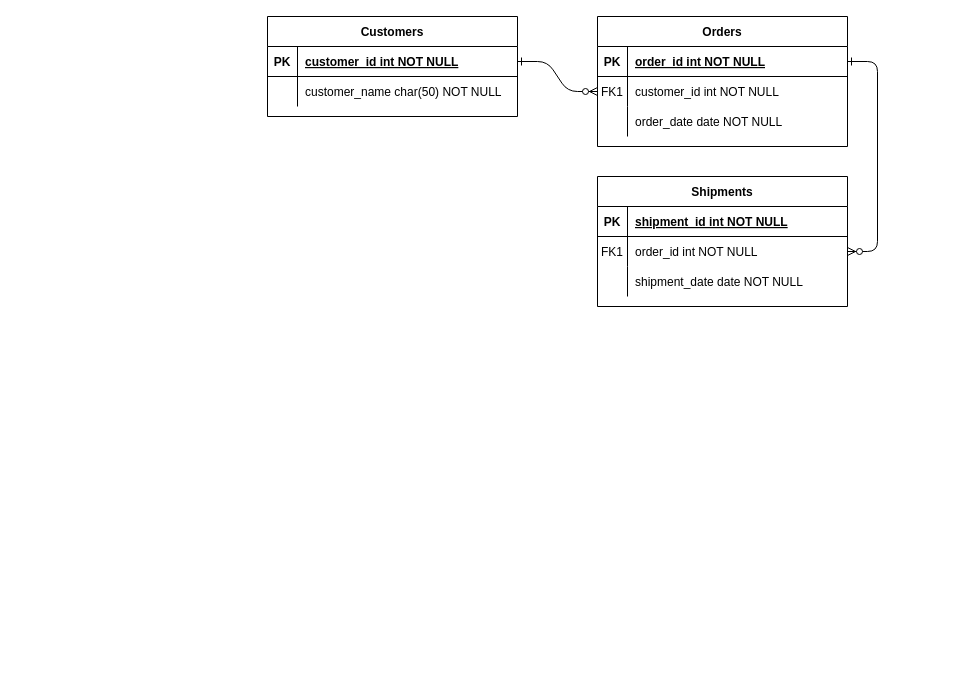
Monersen/SQL keeps this draw.io diagram as Диаграмма без названия.drawio. Above is the earlier version. Source tidied: cells renumbered, new cells numbered last; positions are measured from the earlier drawing's top-left corner, leaving out a move shared by most shapes. Both pictures are drawn from the tidied source at 100%, with x=0, y=0 at pixel (267, 16).
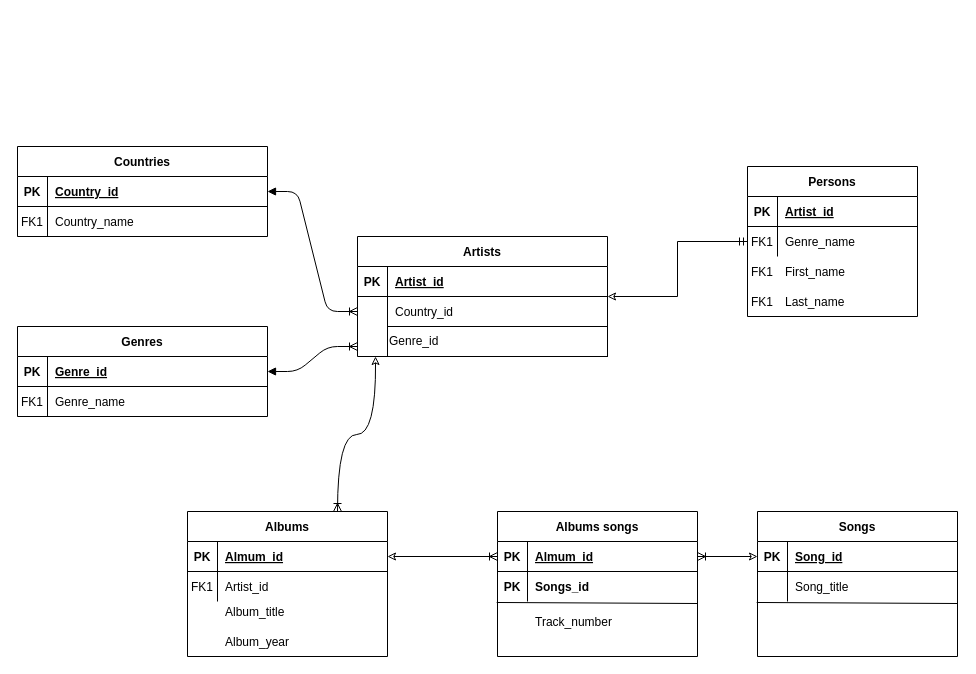
The same page after the edit.

Commit message:
Введение в базы данных. Типы баз данных.

Unchanged cells that the change refers to:
```xml
<mxCell id="5" style="shape=partialRectangle;fillColor=none;points=[[0,0.5],[1,0.5]];portConstraint=eastwest;top=0;left=0;right=0;bottom=1;" parent="4" vertex="1">
  <mxGeometry y="30" width="250" height="30" as="geometry" />
</mxCell>
<mxCell id="8" style="shape=partialRectangle;fillColor=none;points=[[0,0.5],[1,0.5]];portConstraint=eastwest;top=0;left=0;right=0;bottom=0;" parent="4" vertex="1">
  <mxGeometry y="60" width="250" height="30" as="geometry" />
</mxCell>
<mxCell id="25" style="shape=partialRectangle;fillColor=none;points=[[0,0.5],[1,0.5]];portConstraint=eastwest;top=0;left=0;right=0;bottom=1;" parent="24" vertex="1">
  <mxGeometry y="30" width="250" height="30" as="geometry" />
</mxCell>
<mxCell id="28" style="shape=partialRectangle;fillColor=none;points=[[0,0.5],[1,0.5]];portConstraint=eastwest;top=0;left=0;right=0;bottom=0;" parent="24" vertex="1">
  <mxGeometry y="60" width="250" height="30" as="geometry" />
</mxCell>
```

Change to the diagram source:
```diff
@@
-    <mxCell id="2" style="edgeStyle=entityRelationEdgeStyle;endArrow=ERzeroToMany;startArrow=ERone;endFill=1;startFill=0;" parent="1" edge="1" source="25" target="8">
-      <mxGeometry relative="1" as="geometry" />
+    <mxCell id="2" style="edgeStyle=entityRelationEdgeStyle;endArrow=ERoneToMany;startArrow=block;endFill=0;startFill=1;" parent="1" edge="1" source="4">
+      <mxGeometry relative="1" as="geometry">
+        <mxPoint x="90" y="330" as="targetPoint" />
+        <Array as="points">
+          <mxPoint x="130" y="270" />
+        </Array>
+      </mxGeometry>
     </mxCell>
-    <mxCell id="3" style="edgeStyle=entityRelationEdgeStyle;endArrow=ERzeroToMany;startArrow=ERone;endFill=1;startFill=0;" parent="1" edge="1" source="5" target="18">
-      <mxGeometry relative="1" as="geometry" />
-    </mxCell>
-    <mxCell id="4" value="Orders" style="shape=table;startSize=30;childLayout=tableLayout;rowLines=0;fontStyle=1;align=center;" parent="1" vertex="1">
-      <mxGeometry x="330" width="250" height="130" as="geometry" />
+    <mxCell id="4" value="Genres" style="shape=table;startSize=30;childLayout=tableLayout;rowLines=0;fontStyle=1;align=center;" parent="1" vertex="1">
+      <mxGeometry x="-250" y="310" width="250" height="90" as="geometry" />
     </mxCell>
@@
-    <mxCell id="7" value="order_id int NOT NULL " style="shape=partialRectangle;overflow=hidden;fillColor=none;top=0;left=0;bottom=0;right=0;align=left;spacingLeft=6;fontStyle=5;" parent="5" vertex="1">
+    <mxCell id="7" value="Genre_id" style="shape=partialRectangle;overflow=hidden;fillColor=none;top=0;left=0;bottom=0;right=0;align=left;spacingLeft=6;fontStyle=5;" parent="5" vertex="1">
       <mxGeometry x="30" width="220" height="30" as="geometry" />
     </mxCell>
@@
-    <mxCell id="10" value="customer_id int NOT NULL" style="shape=partialRectangle;overflow=hidden;fillColor=none;top=0;left=0;bottom=0;right=0;align=left;spacingLeft=6;" parent="8" vertex="1">
+    <mxCell id="10" value="Genre_name" style="shape=partialRectangle;overflow=hidden;fillColor=none;top=0;left=0;bottom=0;right=0;align=left;spacingLeft=6;" parent="8" vertex="1">
       <mxGeometry x="30" width="220" height="30" as="geometry" />
     </mxCell>
-    <mxCell id="11" style="shape=partialRectangle;fillColor=none;top=0;left=0;right=0;bottom=0;" parent="4" vertex="1">
-      <mxGeometry y="90" width="250" height="30" as="geometry" />
-    </mxCell>
-    <mxCell id="12" style="shape=partialRectangle;overflow=hidden;fillColor=none;top=0;left=0;bottom=0;right=0;" parent="11" vertex="1">
-      <mxGeometry width="30" height="30" as="geometry" />
-    </mxCell>
-    <mxCell id="13" value="order_date date NOT NULL" style="shape=partialRectangle;overflow=hidden;fillColor=none;top=0;left=0;bottom=0;right=0;align=left;spacingLeft=6;" parent="11" vertex="1">
-      <mxGeometry x="30" width="220" height="30" as="geometry" />
-    </mxCell>
-    <mxCell id="14" value="Shipments" style="shape=table;startSize=30;childLayout=tableLayout;rowLines=0;fontStyle=1;align=center;" parent="1" vertex="1">
-      <mxGeometry x="330" y="160" width="250" height="130" as="geometry" />
-    </mxCell>
-    <mxCell id="15" style="shape=partialRectangle;fillColor=none;top=0;left=0;right=0;bottom=1;" parent="14" vertex="1">
-      <mxGeometry y="30" width="250" height="30" as="geometry" />
-    </mxCell>
-    <mxCell id="16" value="PK" style="shape=partialRectangle;overflow=hidden;fillColor=none;top=0;left=0;bottom=0;right=0;fontStyle=1;" parent="15" vertex="1">
-      <mxGeometry width="30" height="30" as="geometry" />
-    </mxCell>
-    <mxCell id="17" value="shipment_id int NOT NULL " style="shape=partialRectangle;overflow=hidden;fillColor=none;top=0;left=0;bottom=0;right=0;align=left;spacingLeft=6;fontStyle=5;" parent="15" vertex="1">
-      <mxGeometry x="30" width="220" height="30" as="geometry" />
-    </mxCell>
-    <mxCell id="18" style="shape=partialRectangle;fillColor=none;points=[[0,0.5],[1,0.5]];portConstraint=eastwest;top=0;left=0;right=0;bottom=0;" parent="14" vertex="1">
-      <mxGeometry y="60" width="250" height="30" as="geometry" />
-    </mxCell>
-    <mxCell id="19" value="FK1" style="shape=partialRectangle;overflow=hidden;fillColor=none;top=0;left=0;bottom=0;right=0;" parent="18" vertex="1">
-      <mxGeometry width="30" height="30" as="geometry" />
-    </mxCell>
-    <mxCell id="20" value="order_id int NOT NULL" style="shape=partialRectangle;overflow=hidden;fillColor=none;top=0;left=0;bottom=0;right=0;align=left;spacingLeft=6;" parent="18" vertex="1">
-      <mxGeometry x="30" width="220" height="30" as="geometry" />
-    </mxCell>
-    <mxCell id="21" style="shape=partialRectangle;fillColor=none;top=0;left=0;right=0;bottom=0;" parent="14" vertex="1">
-      <mxGeometry y="90" width="250" height="30" as="geometry" />
-    </mxCell>
-    <mxCell id="22" style="shape=partialRectangle;overflow=hidden;fillColor=none;top=0;left=0;bottom=0;right=0;" parent="21" vertex="1">
-      <mxGeometry width="30" height="30" as="geometry" />
-    </mxCell>
-    <mxCell id="23" value="shipment_date date NOT NULL" style="shape=partialRectangle;overflow=hidden;fillColor=none;top=0;left=0;bottom=0;right=0;align=left;spacingLeft=6;" parent="21" vertex="1">
-      <mxGeometry x="30" width="220" height="30" as="geometry" />
-    </mxCell>
-    <mxCell id="24" value="Customers" style="shape=table;startSize=30;childLayout=tableLayout;rowLines=0;fontStyle=1;align=center;" parent="1" vertex="1">
-      <mxGeometry width="250" height="100" as="geometry" />
+    <mxCell id="24" value="Artists" style="shape=table;startSize=30;childLayout=tableLayout;rowLines=0;fontStyle=1;align=center;" parent="1" vertex="1">
+      <mxGeometry x="90" y="220" width="250" height="120" as="geometry" />
     </mxCell>
@@
-    <mxCell id="27" value="customer_id int NOT NULL " style="shape=partialRectangle;overflow=hidden;fillColor=none;top=0;left=0;bottom=0;right=0;align=left;spacingLeft=6;fontStyle=5;" parent="25" vertex="1">
+    <mxCell id="27" value="Artist_id" style="shape=partialRectangle;overflow=hidden;fillColor=none;top=0;left=0;bottom=0;right=0;align=left;spacingLeft=6;fontStyle=5;" parent="25" vertex="1">
       <mxGeometry x="30" width="220" height="30" as="geometry" />
     </mxCell>
@@
-    <mxCell id="30" value="customer_name char(50) NOT NULL" style="shape=partialRectangle;overflow=hidden;fillColor=none;top=0;left=0;bottom=0;right=0;align=left;spacingLeft=6;" parent="28" vertex="1">
+    <mxCell id="30" value="Country_id" style="shape=partialRectangle;overflow=hidden;fillColor=none;top=0;left=0;bottom=0;right=0;align=left;spacingLeft=6;" parent="28" vertex="1">
       <mxGeometry x="30" width="220" height="30" as="geometry" />
     </mxCell>
+    <mxCell id="31" value="Genre_id" style="rounded=0;whiteSpace=wrap;html=1;align=left;" parent="1" vertex="1">
+      <mxGeometry x="120" y="310" width="220" height="30" as="geometry" />
+    </mxCell>
+    <mxCell id="32" value="Persons" style="shape=table;startSize=30;childLayout=tableLayout;rowLines=0;fontStyle=1;align=center;" parent="1" vertex="1">
+      <mxGeometry x="480" y="150" width="170" height="150" as="geometry" />
+    </mxCell>
+    <mxCell id="33" style="shape=partialRectangle;fillColor=none;top=0;left=0;right=0;bottom=1;" parent="32" vertex="1">
+      <mxGeometry y="30" width="170" height="30" as="geometry" />
+    </mxCell>
+    <mxCell id="34" value="PK" style="shape=partialRectangle;overflow=hidden;fillColor=none;top=0;left=0;bottom=0;right=0;fontStyle=1;" parent="33" vertex="1">
+      <mxGeometry width="30" height="30" as="geometry" />
+    </mxCell>
+    <mxCell id="35" value="Artist_id" style="shape=partialRectangle;overflow=hidden;fillColor=none;top=0;left=0;bottom=0;right=0;align=left;spacingLeft=6;fontStyle=5;" parent="33" vertex="1">
+      <mxGeometry x="30" width="140" height="30" as="geometry" />
+    </mxCell>
+    <mxCell id="36" style="shape=partialRectangle;fillColor=none;top=0;left=0;right=0;bottom=0;" parent="32" vertex="1">
+      <mxGeometry y="60" width="170" height="30" as="geometry" />
+    </mxCell>
+    <mxCell id="37" value="FK1" style="shape=partialRectangle;overflow=hidden;fillColor=none;top=0;left=0;bottom=0;right=0;" parent="36" vertex="1">
+      <mxGeometry width="30" height="30" as="geometry" />
+    </mxCell>
+    <mxCell id="38" value="Genre_name" style="shape=partialRectangle;overflow=hidden;fillColor=none;top=0;left=0;bottom=0;right=0;align=left;spacingLeft=6;" parent="36" vertex="1">
+      <mxGeometry x="30" width="140" height="30" as="geometry" />
+    </mxCell>
+    <mxCell id="39" style="shape=partialRectangle;fillColor=none;top=0;left=0;right=0;bottom=0;" parent="1" vertex="1">
+      <mxGeometry x="480" y="240" width="170" height="30" as="geometry" />
+    </mxCell>
+    <mxCell id="40" value="FK1" style="shape=partialRectangle;overflow=hidden;fillColor=none;top=0;left=0;bottom=0;right=0;labelBorderColor=none;" parent="39" vertex="1">
+      <mxGeometry width="30" height="30" as="geometry" />
+    </mxCell>
+    <mxCell id="41" value="First_name" style="shape=partialRectangle;overflow=hidden;fillColor=none;top=0;left=0;bottom=0;right=0;align=left;spacingLeft=6;" parent="39" vertex="1">
+      <mxGeometry x="30" width="140" height="30" as="geometry" />
+    </mxCell>
+    <mxCell id="42" style="shape=partialRectangle;fillColor=none;top=0;left=0;right=0;bottom=0;" parent="1" vertex="1">
+      <mxGeometry x="480" y="270" width="170" height="30" as="geometry" />
+    </mxCell>
+    <mxCell id="43" value="FK1" style="shape=partialRectangle;overflow=hidden;fillColor=none;top=0;left=0;bottom=0;right=0;" parent="42" vertex="1">
+      <mxGeometry width="30" height="30" as="geometry" />
+    </mxCell>
+    <mxCell id="44" value="Last_name" style="shape=partialRectangle;overflow=hidden;fillColor=none;top=0;left=0;bottom=0;right=0;align=left;spacingLeft=6;" parent="42" vertex="1">
+      <mxGeometry x="30" width="140" height="30" as="geometry" />
+    </mxCell>
+    <mxCell id="45" style="edgeStyle=orthogonalEdgeStyle;rounded=0;jettySize=auto;html=1;startArrow=classic;startFill=0;endArrow=ERmandOne;endFill=0;" parent="1" edge="1" source="24" target="32">
+      <mxGeometry relative="1" as="geometry" />
+    </mxCell>
+    <mxCell id="46" value="Countries" style="shape=table;startSize=30;childLayout=tableLayout;rowLines=0;fontStyle=1;align=center;" parent="1" vertex="1">
+      <mxGeometry x="-250" y="130" width="250" height="90" as="geometry" />
+    </mxCell>
+    <mxCell id="15" style="shape=partialRectangle;fillColor=none;top=0;left=0;right=0;bottom=1;" parent="46" vertex="1">
+      <mxGeometry y="30" width="250" height="30" as="geometry" />
+    </mxCell>
+    <mxCell id="47" value="PK" style="shape=partialRectangle;overflow=hidden;fillColor=none;top=0;left=0;bottom=0;right=0;fontStyle=1;" parent="15" vertex="1">
+      <mxGeometry width="30" height="30" as="geometry" />
+    </mxCell>
+    <mxCell id="48" value="Country_id" style="shape=partialRectangle;overflow=hidden;fillColor=none;top=0;left=0;bottom=0;right=0;align=left;spacingLeft=6;fontStyle=5;" parent="15" vertex="1">
+      <mxGeometry x="30" width="220" height="30" as="geometry" />
+    </mxCell>
+    <mxCell id="18" style="shape=partialRectangle;fillColor=none;points=[[0,0.5],[1,0.5]];portConstraint=eastwest;top=0;left=0;right=0;bottom=0;" parent="46" vertex="1">
+      <mxGeometry y="60" width="250" height="30" as="geometry" />
+    </mxCell>
+    <mxCell id="49" value="FK1" style="shape=partialRectangle;overflow=hidden;fillColor=none;top=0;left=0;bottom=0;right=0;" parent="18" vertex="1">
+      <mxGeometry width="30" height="30" as="geometry" />
+    </mxCell>
+    <mxCell id="50" value="Country_name" style="shape=partialRectangle;overflow=hidden;fillColor=none;top=0;left=0;bottom=0;right=0;align=left;spacingLeft=6;" parent="18" vertex="1">
+      <mxGeometry x="30" width="220" height="30" as="geometry" />
+    </mxCell>
+    <mxCell id="51" style="edgeStyle=entityRelationEdgeStyle;endArrow=ERoneToMany;startArrow=block;endFill=0;startFill=1;" parent="1" edge="1" source="46" target="28">
+      <mxGeometry relative="1" as="geometry">
+        <Array as="points">
+          <mxPoint x="140" y="455" />
+        </Array>
+      </mxGeometry>
+    </mxCell>
+    <mxCell id="52" value="Albums" style="shape=table;startSize=30;childLayout=tableLayout;rowLines=0;fontStyle=1;align=center;" parent="1" vertex="1">
+      <mxGeometry x="-80" y="495" width="200" height="145" as="geometry" />
+    </mxCell>
+    <mxCell id="53" style="shape=partialRectangle;fillColor=none;points=[[0,0.5],[1,0.5]];portConstraint=eastwest;top=0;left=0;right=0;bottom=1;" parent="52" vertex="1">
+      <mxGeometry y="30" width="200" height="30" as="geometry" />
+    </mxCell>
+    <mxCell id="54" value="PK" style="shape=partialRectangle;overflow=hidden;fillColor=none;top=0;left=0;bottom=0;right=0;fontStyle=1;" parent="53" vertex="1">
+      <mxGeometry width="30" height="30" as="geometry" />
+    </mxCell>
+    <mxCell id="55" value="Almum_id" style="shape=partialRectangle;overflow=hidden;fillColor=none;top=0;left=0;bottom=0;right=0;align=left;spacingLeft=6;fontStyle=5;" parent="53" vertex="1">
+      <mxGeometry x="30" width="170" height="30" as="geometry" />
+    </mxCell>
+    <mxCell id="56" style="shape=partialRectangle;fillColor=none;top=0;left=0;right=0;bottom=0;" parent="52" vertex="1">
+      <mxGeometry y="60" width="200" height="30" as="geometry" />
+    </mxCell>
+    <mxCell id="57" value="FK1" style="shape=partialRectangle;overflow=hidden;fillColor=none;top=0;left=0;bottom=0;right=0;" parent="56" vertex="1">
+      <mxGeometry width="30" height="30" as="geometry" />
+    </mxCell>
+    <mxCell id="58" value="Artist_id" style="shape=partialRectangle;overflow=hidden;fillColor=none;top=0;left=0;bottom=0;right=0;align=left;spacingLeft=6;" parent="56" vertex="1">
+      <mxGeometry x="30" width="170" height="30" as="geometry" />
+    </mxCell>
+    <mxCell id="59" style="shape=partialRectangle;fillColor=none;top=0;left=0;right=0;bottom=0;" parent="1" vertex="1">
+      <mxGeometry x="-80" y="580" width="250" height="30" as="geometry" />
+    </mxCell>
+    <mxCell id="60" style="shape=partialRectangle;overflow=hidden;fillColor=none;top=0;left=0;bottom=0;right=0;" parent="59" vertex="1">
+      <mxGeometry width="30" height="30" as="geometry" />
+    </mxCell>
+    <mxCell id="61" value="Album_title" style="shape=partialRectangle;overflow=hidden;fillColor=none;top=0;left=0;bottom=0;right=0;align=left;spacingLeft=6;" parent="59" vertex="1">
+      <mxGeometry x="30" width="220" height="30" as="geometry" />
+    </mxCell>
+    <mxCell id="62" style="shape=partialRectangle;fillColor=none;top=0;left=0;right=0;bottom=0;" parent="1" vertex="1">
+      <mxGeometry x="-80" y="610" width="250" height="30" as="geometry" />
+    </mxCell>
+    <mxCell id="63" style="shape=partialRectangle;overflow=hidden;fillColor=none;top=0;left=0;bottom=0;right=0;" parent="62" vertex="1">
+      <mxGeometry width="30" height="30" as="geometry" />
+    </mxCell>
+    <mxCell id="64" value="Album_year" style="shape=partialRectangle;overflow=hidden;fillColor=none;top=0;left=0;bottom=0;right=0;align=left;spacingLeft=6;" parent="62" vertex="1">
+      <mxGeometry x="30" width="220" height="30" as="geometry" />
+    </mxCell>
+    <mxCell id="65" style="html=1;rounded=0;entryX=0.75;entryY=0;entryDx=0;entryDy=0;endArrow=ERoneToMany;endFill=0;startArrow=classic;startFill=0;edgeStyle=orthogonalEdgeStyle;curved=1;" parent="1" edge="1" target="52">
+      <mxGeometry relative="1" as="geometry">
+        <mxPoint x="108" y="340" as="sourcePoint" />
+      </mxGeometry>
+    </mxCell>
+    <mxCell id="66" value="Albums songs" style="shape=table;startSize=30;childLayout=tableLayout;rowLines=0;fontStyle=1;align=center;" parent="1" vertex="1">
+      <mxGeometry x="230" y="495" width="200" height="145" as="geometry" />
+    </mxCell>
+    <mxCell id="67" style="shape=partialRectangle;fillColor=none;points=[[0,0.5],[1,0.5]];portConstraint=eastwest;top=0;left=0;right=0;bottom=1;" parent="66" vertex="1">
+      <mxGeometry y="30" width="200" height="30" as="geometry" />
+    </mxCell>
+    <mxCell id="68" value="PK" style="shape=partialRectangle;overflow=hidden;fillColor=none;top=0;left=0;bottom=0;right=0;fontStyle=1;" parent="67" vertex="1">
+      <mxGeometry width="30" height="30" as="geometry" />
+    </mxCell>
+    <mxCell id="69" value="Almum_id" style="shape=partialRectangle;overflow=hidden;fillColor=none;top=0;left=0;bottom=0;right=0;align=left;spacingLeft=6;fontStyle=5;" parent="67" vertex="1">
+      <mxGeometry x="30" width="170" height="30" as="geometry" />
+    </mxCell>
+    <mxCell id="70" style="shape=partialRectangle;fillColor=none;points=[[0,0.5],[1,0.5]];portConstraint=eastwest;top=0;left=0;right=0;bottom=0;" parent="66" vertex="1">
+      <mxGeometry y="60" width="200" height="30" as="geometry" />
+    </mxCell>
+    <mxCell id="71" value="PK" style="shape=partialRectangle;overflow=hidden;fillColor=none;top=0;left=0;bottom=0;right=0;fontStyle=1;" parent="70" vertex="1">
+      <mxGeometry width="30" height="30" as="geometry" />
+    </mxCell>
+    <mxCell id="72" value="Songs_id" style="shape=partialRectangle;overflow=hidden;fillColor=none;top=0;left=0;bottom=0;right=0;align=left;spacingLeft=6;fontStyle=1;" parent="70" vertex="1">
+      <mxGeometry x="30" width="170" height="30" as="geometry" />
+    </mxCell>
+    <mxCell id="73" style="endArrow=none;html=1;rounded=0;entryX=1;entryY=1.067;entryDx=0;entryDy=0;entryPerimeter=0;exitX=-0.004;exitY=1.033;exitDx=0;exitDy=0;exitPerimeter=0;" parent="66" edge="1" source="70" target="70">
+      <mxGeometry relative="1" as="geometry" />
+    </mxCell>
+    <mxCell id="74" style="shape=partialRectangle;fillColor=none;top=0;left=0;right=0;bottom=0;" parent="1" vertex="1">
+      <mxGeometry x="230" y="590" width="250" height="30" as="geometry" />
+    </mxCell>
+    <mxCell id="75" style="shape=partialRectangle;overflow=hidden;fillColor=none;top=0;left=0;bottom=0;right=0;fontStyle=1;" parent="74" vertex="1">
+      <mxGeometry width="30" height="30" as="geometry" />
+    </mxCell>
+    <mxCell id="76" value="Track_number" style="shape=partialRectangle;overflow=hidden;fillColor=none;top=0;left=0;bottom=0;right=0;align=left;spacingLeft=6;fontStyle=0;" parent="74" vertex="1">
+      <mxGeometry x="30" width="170" height="30" as="geometry" />
+    </mxCell>
+    <mxCell id="77" style="html=1;rounded=0;endArrow=ERoneToMany;endFill=0;startArrow=classic;startFill=0;entryX=0;entryY=0.5;entryDx=0;entryDy=0;entryPerimeter=0;" parent="1" edge="1" source="53" target="67">
+      <mxGeometry relative="1" as="geometry" />
+    </mxCell>
+    <mxCell id="78" value="Songs" style="shape=table;startSize=30;childLayout=tableLayout;rowLines=0;fontStyle=1;align=center;" parent="1" vertex="1">
+      <mxGeometry x="490" y="495" width="200" height="145" as="geometry" />
+    </mxCell>
+    <mxCell id="79" style="shape=partialRectangle;fillColor=none;points=[[0,0.5],[1,0.5]];portConstraint=eastwest;top=0;left=0;right=0;bottom=1;" parent="78" vertex="1">
+      <mxGeometry y="30" width="200" height="30" as="geometry" />
+    </mxCell>
+    <mxCell id="80" value="PK" style="shape=partialRectangle;overflow=hidden;fillColor=none;top=0;left=0;bottom=0;right=0;fontStyle=1;" parent="79" vertex="1">
+      <mxGeometry width="30" height="30" as="geometry" />
+    </mxCell>
+    <mxCell id="81" value="Song_id" style="shape=partialRectangle;overflow=hidden;fillColor=none;top=0;left=0;bottom=0;right=0;align=left;spacingLeft=6;fontStyle=5;" parent="79" vertex="1">
+      <mxGeometry x="30" width="170" height="30" as="geometry" />
+    </mxCell>
+    <mxCell id="82" style="shape=partialRectangle;fillColor=none;points=[[0,0.5],[1,0.5]];portConstraint=eastwest;top=0;left=0;right=0;bottom=0;" parent="78" vertex="1">
+      <mxGeometry y="60" width="200" height="30" as="geometry" />
+    </mxCell>
+    <mxCell id="83" style="shape=partialRectangle;overflow=hidden;fillColor=none;top=0;left=0;bottom=0;right=0;fontStyle=1;" parent="82" vertex="1">
+      <mxGeometry width="30" height="30" as="geometry" />
+    </mxCell>
+    <mxCell id="84" value="Song_title" style="shape=partialRectangle;overflow=hidden;fillColor=none;top=0;left=0;bottom=0;right=0;align=left;spacingLeft=6;fontStyle=0;" parent="82" vertex="1">
+      <mxGeometry x="30" width="170" height="30" as="geometry" />
+    </mxCell>
+    <mxCell id="85" style="endArrow=none;html=1;rounded=0;entryX=1;entryY=1.067;entryDx=0;entryDy=0;entryPerimeter=0;exitX=-0.004;exitY=1.033;exitDx=0;exitDy=0;exitPerimeter=0;" parent="78" edge="1" source="82" target="82">
+      <mxGeometry relative="1" as="geometry" />
+    </mxCell>
+    <mxCell id="86" style="html=1;rounded=0;endArrow=ERoneToMany;endFill=0;startArrow=classic;startFill=0;entryX=1;entryY=0.5;entryDx=0;entryDy=0;exitX=0;exitY=0.5;exitDx=0;exitDy=0;" parent="1" edge="1" source="79" target="67">
+      <mxGeometry relative="1" as="geometry" />
+    </mxCell>
```
